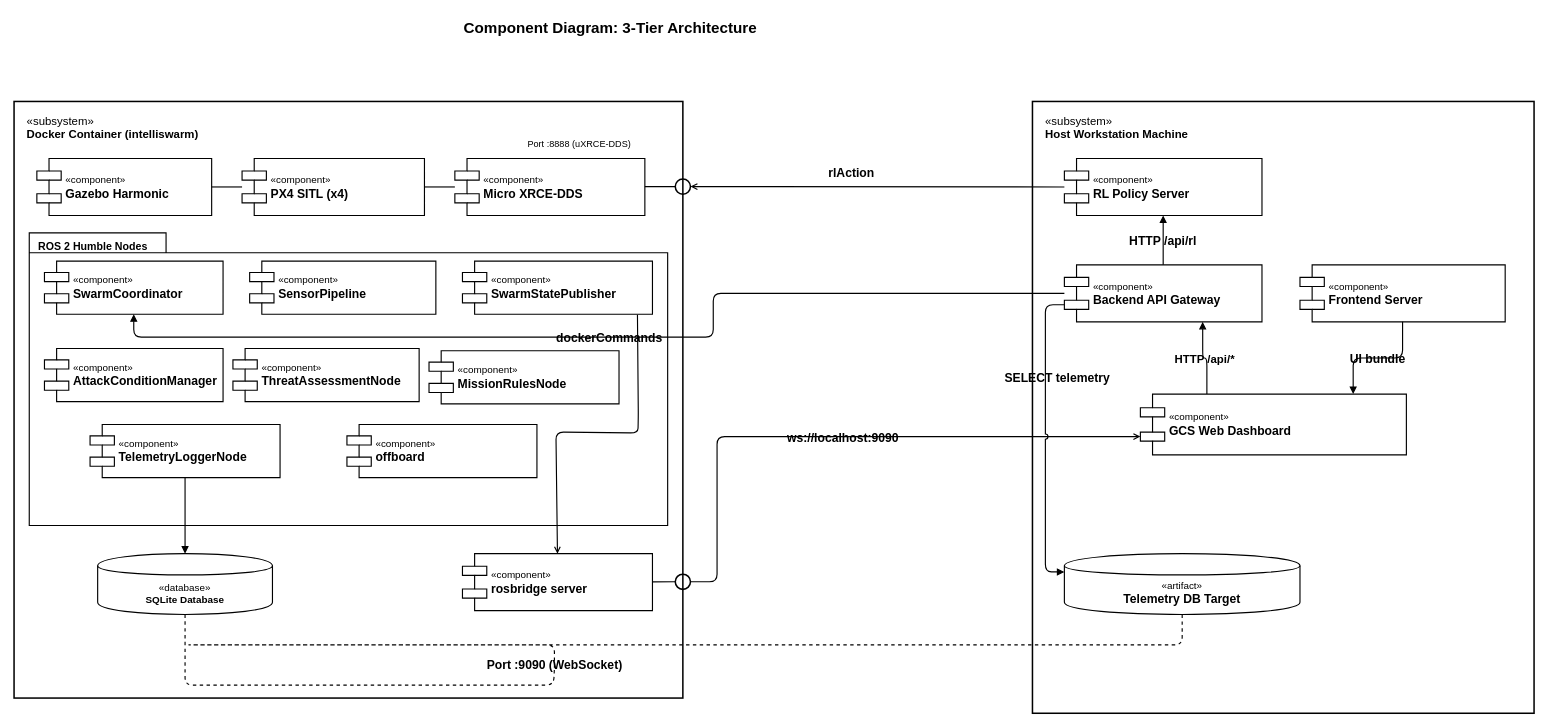
The draw.io diagram 14_component_diagram.drawio in sjd-1214/diagrams, before the edit. Source tidied: cells renumbered, new cells numbered last; positions are measured from the earlier drawing's top-left corner, leaving out a move shared by most shapes. Both pictures are drawn from the tidied source at 76%, with x=0, y=0 at pixel (14, 13).
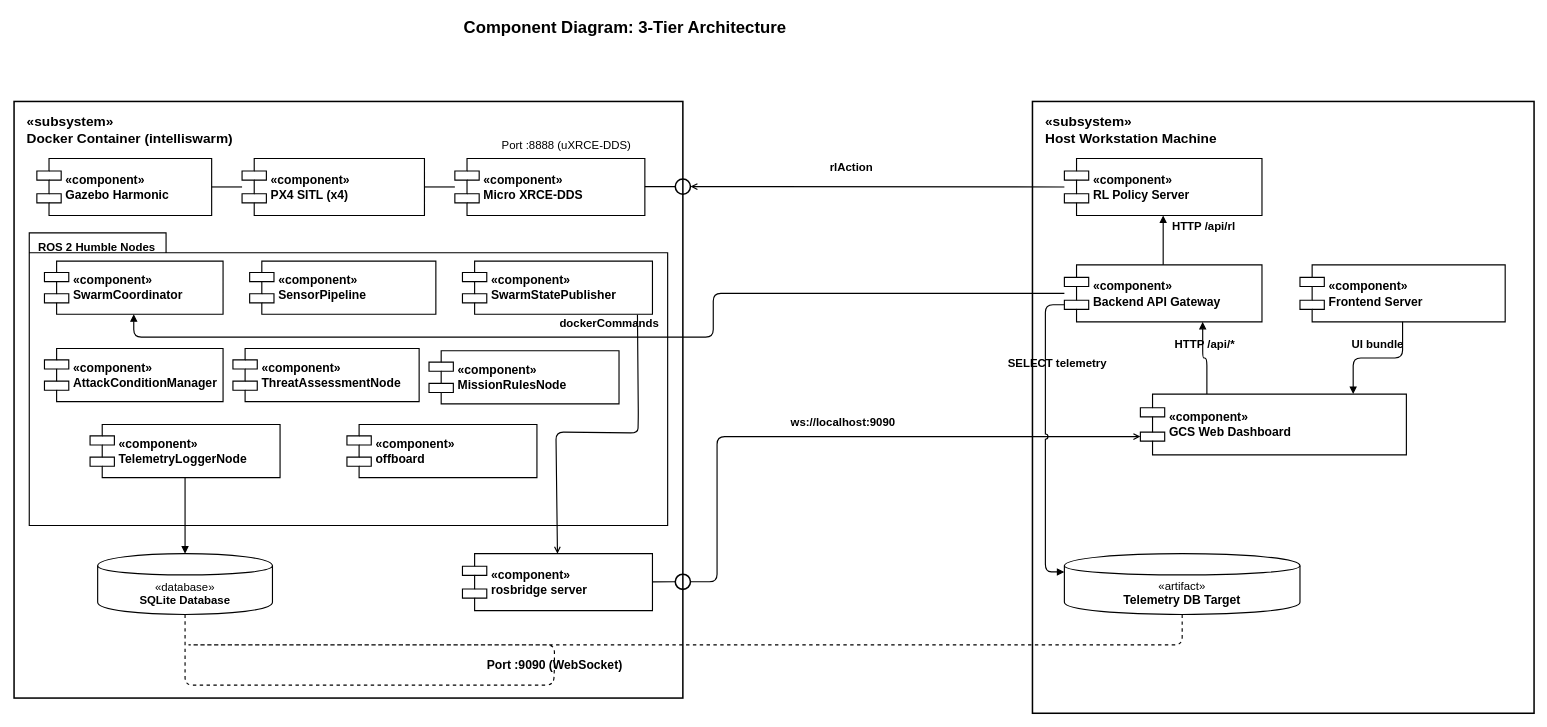
After the change.

Unchanged cells that the change refers to:
```xml
<mxCell id="24" style="shape=ellipse;whiteSpace=wrap;html=1;fillColor=none;strokeColor=#000000;strokeWidth=2;" parent="1" vertex="1">
  <mxGeometry x="870" y="218" width="20" height="20" as="geometry" />
</mxCell>
<mxCell id="26" style="shape=ellipse;whiteSpace=wrap;html=1;fillColor=none;strokeColor=#000000;strokeWidth=2;" parent="1" vertex="1">
  <mxGeometry x="870" y="738" width="20" height="20" as="geometry" />
</mxCell>
```

The edit, as a diff of the source:
```diff
@@
-    <mxCell id="2" value="&lt;b&gt;Component Diagram: 3-Tier Architecture&lt;/b&gt;" style="text;html=1;fontFamily=Helvetica;fontColor=#000000;fontSize=20;fontStyle=1;fillColor=none;" parent="1" vertex="1">
+    <mxCell id="2" value="&lt;b&gt;Component Diagram: 3-Tier Architecture&lt;/b&gt;" style="text;html=1;fontFamily=Helvetica;fontColor=#000000;fontSize=22;fontStyle=1;fillColor=none;" parent="1" vertex="1">
       <mxGeometry x="590" width="705" height="35" as="geometry" />
     </mxCell>
-    <mxCell id="3" value="«subsystem»&lt;br&gt;&lt;b&gt;Docker Container (intelliswarm)&lt;/b&gt;" style="rounded=0;whiteSpace=wrap;html=1;fillColor=none;strokeColor=#000000;strokeWidth=2;align=left;spacingLeft=15;verticalAlign=top;spacingTop=10;fontSize=15;fontFamily=Helvetica;fontColor=#000000;" parent="1" vertex="1">
+    <mxCell id="3" value="«subsystem»&lt;br&gt;&lt;b&gt;Docker Container (intelliswarm)&lt;/b&gt;" style="rounded=0;whiteSpace=wrap;html=1;fillColor=none;strokeColor=#000000;strokeWidth=2;align=left;spacingLeft=15;verticalAlign=top;spacingTop=10;fontSize=18;fontFamily=Helvetica;fontColor=#000000;fontStyle=1;" parent="1" vertex="1">
       <mxGeometry y="116" width="880" height="785" as="geometry" />
     </mxCell>
-    <mxCell id="4" value="«component»&lt;br&gt;&lt;b&gt;&lt;font style=&quot;font-size: 16px;&quot;&gt;Gazebo Harmonic&lt;/font&gt;&lt;/b&gt;" style="shape=component;align=left;spacingLeft=36;html=1;fillColor=none;strokeColor=#000000;strokeWidth=1.5;fontSize=13;fontFamily=Helvetica;fontColor=#000000;" parent="1" vertex="1">
+    <mxCell id="4" value="«component»&lt;br&gt;&lt;b&gt;&lt;font style=&quot;font-size: 16px;&quot;&gt;Gazebo Harmonic&lt;/font&gt;&lt;/b&gt;" style="shape=component;align=left;spacingLeft=36;html=1;fillColor=none;strokeColor=#000000;strokeWidth=1.5;fontSize=16;fontFamily=Helvetica;fontColor=#000000;fontStyle=1;" parent="1" vertex="1">
       <mxGeometry x="30" y="191" width="230" height="75" as="geometry" />
     </mxCell>
-    <mxCell id="5" value="«component»&lt;br&gt;&lt;b&gt;&lt;font style=&quot;font-size: 16px;&quot;&gt;PX4 SITL (x4)&lt;/font&gt;&lt;/b&gt;" style="shape=component;align=left;spacingLeft=36;html=1;fillColor=none;strokeColor=#000000;strokeWidth=1.5;fontSize=13;fontFamily=Helvetica;fontColor=#000000;" parent="1" vertex="1">
+    <mxCell id="5" value="«component»&lt;br&gt;&lt;b&gt;&lt;font style=&quot;font-size: 16px;&quot;&gt;PX4 SITL (x4)&lt;/font&gt;&lt;/b&gt;" style="shape=component;align=left;spacingLeft=36;html=1;fillColor=none;strokeColor=#000000;strokeWidth=1.5;fontSize=16;fontFamily=Helvetica;fontColor=#000000;fontStyle=1;" parent="1" vertex="1">
       <mxGeometry x="300" y="191" width="240" height="75" as="geometry" />
     </mxCell>
-    <mxCell id="6" value="«component»&lt;br&gt;&lt;b&gt;&lt;font style=&quot;font-size: 16px;&quot;&gt;Micro XRCE-DDS&lt;/font&gt;&lt;/b&gt;" style="shape=component;align=left;spacingLeft=36;html=1;fillColor=none;strokeColor=#000000;strokeWidth=1.5;fontSize=13;fontFamily=Helvetica;fontColor=#000000;" parent="1" vertex="1">
+    <mxCell id="6" value="«component»&lt;br&gt;&lt;b&gt;&lt;font style=&quot;font-size: 16px;&quot;&gt;Micro XRCE-DDS&lt;/font&gt;&lt;/b&gt;" style="shape=component;align=left;spacingLeft=36;html=1;fillColor=none;strokeColor=#000000;strokeWidth=1.5;fontSize=16;fontFamily=Helvetica;fontColor=#000000;fontStyle=1;" parent="1" vertex="1">
       <mxGeometry x="580" y="191" width="250" height="75" as="geometry" />
     </mxCell>
-    <mxCell id="7" value="&lt;b&gt;ROS 2 Humble Nodes&lt;/b&gt;" style="shape=folder;fontStyle=1;tabWidth=180;tabHeight=26;tabPosition=left;html=1;whiteSpace=wrap;fillColor=none;strokeColor=#000000;strokeWidth=1.5;align=left;spacingLeft=10;verticalAlign=top;spacingTop=3;fontSize=14;fontFamily=Helvetica;fontColor=#000000;" parent="1" vertex="1">
+    <mxCell id="7" value="&lt;b&gt;ROS 2 Humble Nodes&lt;/b&gt;" style="shape=folder;fontStyle=1;tabWidth=180;tabHeight=26;tabPosition=left;html=1;whiteSpace=wrap;fillColor=none;strokeColor=#000000;strokeWidth=1.5;align=left;spacingLeft=10;verticalAlign=top;spacingTop=3;fontSize=15;fontFamily=Helvetica;fontColor=#000000;" parent="1" vertex="1">
       <mxGeometry x="20" y="289" width="840" height="385" as="geometry" />
     </mxCell>
-    <mxCell id="8" value="«component»&lt;br&gt;&lt;b&gt;&lt;font style=&quot;font-size: 16px;&quot;&gt;SwarmCoordinator&lt;/font&gt;&lt;/b&gt;" style="shape=component;align=left;spacingLeft=36;html=1;fillColor=none;strokeColor=#000000;strokeWidth=1.5;fontSize=13;fontFamily=Helvetica;fontColor=#000000;" parent="1" vertex="1">
+    <mxCell id="8" value="«component»&lt;br&gt;&lt;b&gt;&lt;font style=&quot;font-size: 16px;&quot;&gt;SwarmCoordinator&lt;/font&gt;&lt;/b&gt;" style="shape=component;align=left;spacingLeft=36;html=1;fillColor=none;strokeColor=#000000;strokeWidth=1.5;fontSize=16;fontFamily=Helvetica;fontColor=#000000;fontStyle=1;" parent="1" vertex="1">
       <mxGeometry x="40" y="326" width="235" height="70" as="geometry" />
     </mxCell>
-    <mxCell id="9" value="«component»&lt;br&gt;&lt;b&gt;&lt;font style=&quot;font-size: 16px;&quot;&gt;SensorPipeline&lt;/font&gt;&lt;/b&gt;" style="shape=component;align=left;spacingLeft=36;html=1;fillColor=none;strokeColor=#000000;strokeWidth=1.5;fontSize=13;fontFamily=Helvetica;fontColor=#000000;" parent="1" vertex="1">
+    <mxCell id="9" value="«component»&lt;br&gt;&lt;b&gt;&lt;font style=&quot;font-size: 16px;&quot;&gt;SensorPipeline&lt;/font&gt;&lt;/b&gt;" style="shape=component;align=left;spacingLeft=36;html=1;fillColor=none;strokeColor=#000000;strokeWidth=1.5;fontSize=16;fontFamily=Helvetica;fontColor=#000000;fontStyle=1;" parent="1" vertex="1">
       <mxGeometry x="310" y="326" width="245" height="70" as="geometry" />
     </mxCell>
-    <mxCell id="10" value="«component»&lt;br&gt;&lt;b&gt;&lt;font style=&quot;font-size: 16px;&quot;&gt;SwarmStatePublisher&lt;/font&gt;&lt;/b&gt;" style="shape=component;align=left;spacingLeft=36;html=1;fillColor=none;strokeColor=#000000;strokeWidth=1.5;fontSize=13;fontFamily=Helvetica;fontColor=#000000;" parent="1" vertex="1">
+    <mxCell id="10" value="«component»&lt;br&gt;&lt;b&gt;&lt;font style=&quot;font-size: 16px;&quot;&gt;SwarmStatePublisher&lt;/font&gt;&lt;/b&gt;" style="shape=component;align=left;spacingLeft=36;html=1;fillColor=none;strokeColor=#000000;strokeWidth=1.5;fontSize=16;fontFamily=Helvetica;fontColor=#000000;fontStyle=1;" parent="1" vertex="1">
       <mxGeometry x="590" y="326" width="250" height="70" as="geometry" />
     </mxCell>
-    <mxCell id="11" value="«component»&lt;br&gt;&lt;b&gt;&lt;font style=&quot;font-size: 16px;&quot;&gt;AttackConditionManager&lt;/font&gt;&lt;/b&gt;" style="shape=component;align=left;spacingLeft=36;html=1;fillColor=none;strokeColor=#000000;strokeWidth=1.5;fontSize=13;fontFamily=Helvetica;fontColor=#000000;" parent="1" vertex="1">
+    <mxCell id="11" value="«component»&lt;br&gt;&lt;b&gt;&lt;font style=&quot;font-size: 16px;&quot;&gt;AttackConditionManager&lt;/font&gt;&lt;/b&gt;" style="shape=component;align=left;spacingLeft=36;html=1;fillColor=none;strokeColor=#000000;strokeWidth=1.5;fontSize=16;fontFamily=Helvetica;fontColor=#000000;fontStyle=1;" parent="1" vertex="1">
       <mxGeometry x="40" y="441" width="235" height="70" as="geometry" />
     </mxCell>
-    <mxCell id="12" value="«component»&lt;br&gt;&lt;b&gt;&lt;font style=&quot;font-size: 16px;&quot;&gt;ThreatAssessmentNode&lt;/font&gt;&lt;/b&gt;" style="shape=component;align=left;spacingLeft=36;html=1;fillColor=none;strokeColor=#000000;strokeWidth=1.5;fontSize=13;fontFamily=Helvetica;fontColor=#000000;" parent="1" vertex="1">
+    <mxCell id="12" value="«component»&lt;br&gt;&lt;b&gt;&lt;font style=&quot;font-size: 16px;&quot;&gt;ThreatAssessmentNode&lt;/font&gt;&lt;/b&gt;" style="shape=component;align=left;spacingLeft=36;html=1;fillColor=none;strokeColor=#000000;strokeWidth=1.5;fontSize=16;fontFamily=Helvetica;fontColor=#000000;fontStyle=1;" parent="1" vertex="1">
       <mxGeometry x="288" y="441" width="245" height="70" as="geometry" />
     </mxCell>
-    <mxCell id="13" value="«component»&lt;br&gt;&lt;b&gt;&lt;font style=&quot;font-size: 16px;&quot;&gt;MissionRulesNode&lt;/font&gt;&lt;/b&gt;" style="shape=component;align=left;spacingLeft=36;html=1;fillColor=none;strokeColor=#000000;strokeWidth=1.5;fontSize=13;fontFamily=Helvetica;fontColor=#000000;" parent="1" vertex="1">
+    <mxCell id="13" value="«component»&lt;br&gt;&lt;b&gt;&lt;font style=&quot;font-size: 16px;&quot;&gt;MissionRulesNode&lt;/font&gt;&lt;/b&gt;" style="shape=component;align=left;spacingLeft=36;html=1;fillColor=none;strokeColor=#000000;strokeWidth=1.5;fontSize=16;fontFamily=Helvetica;fontColor=#000000;fontStyle=1;" parent="1" vertex="1">
       <mxGeometry x="546" y="444" width="250" height="70" as="geometry" />
     </mxCell>
-    <mxCell id="14" value="«component»&lt;br&gt;&lt;b&gt;&lt;font style=&quot;font-size: 16px;&quot;&gt;TelemetryLoggerNode&lt;/font&gt;&lt;/b&gt;" style="shape=component;align=left;spacingLeft=36;html=1;fillColor=none;strokeColor=#000000;strokeWidth=1.5;fontSize=13;fontFamily=Helvetica;fontColor=#000000;" parent="1" vertex="1">
+    <mxCell id="14" value="«component»&lt;br&gt;&lt;b&gt;&lt;font style=&quot;font-size: 16px;&quot;&gt;TelemetryLoggerNode&lt;/font&gt;&lt;/b&gt;" style="shape=component;align=left;spacingLeft=36;html=1;fillColor=none;strokeColor=#000000;strokeWidth=1.5;fontSize=16;fontFamily=Helvetica;fontColor=#000000;fontStyle=1;" parent="1" vertex="1">
       <mxGeometry x="100" y="541" width="250" height="70" as="geometry" />
     </mxCell>
-    <mxCell id="15" value="«component»&lt;br&gt;&lt;b&gt;&lt;font style=&quot;font-size: 16px;&quot;&gt;offboard&lt;/font&gt;&lt;/b&gt;" style="shape=component;align=left;spacingLeft=36;html=1;fillColor=none;strokeColor=#000000;strokeWidth=1.5;fontSize=13;fontFamily=Helvetica;fontColor=#000000;" parent="1" vertex="1">
+    <mxCell id="15" value="«component»&lt;br&gt;&lt;b&gt;&lt;font style=&quot;font-size: 16px;&quot;&gt;offboard&lt;/font&gt;&lt;/b&gt;" style="shape=component;align=left;spacingLeft=36;html=1;fillColor=none;strokeColor=#000000;strokeWidth=1.5;fontSize=16;fontFamily=Helvetica;fontColor=#000000;fontStyle=1;" parent="1" vertex="1">
       <mxGeometry x="438" y="541" width="250" height="70" as="geometry" />
     </mxCell>
-    <mxCell id="16" value="«database»&lt;br&gt;&lt;b&gt;SQLite Database&lt;/b&gt;" style="shape=cylinder;whiteSpace=wrap;html=1;boundedLbl=1;backgroundOutline=1;fillColor=none;strokeColor=#000000;strokeWidth=1.5;fontSize=13;fontFamily=Helvetica;fontColor=#000000;" parent="1" vertex="1">
+    <mxCell id="16" value="«database»&lt;br&gt;&lt;b&gt;SQLite Database&lt;/b&gt;" style="shape=cylinder;whiteSpace=wrap;html=1;boundedLbl=1;backgroundOutline=1;fillColor=none;strokeColor=#000000;strokeWidth=1.5;fontSize=15;fontFamily=Helvetica;fontColor=#000000;" parent="1" vertex="1">
       <mxGeometry x="110" y="711" width="230" height="80" as="geometry" />
     </mxCell>
-    <mxCell id="17" value="«component»&lt;br&gt;&lt;b&gt;&lt;font style=&quot;font-size: 16px;&quot;&gt;rosbridge server&lt;/font&gt;&lt;/b&gt;" style="shape=component;align=left;spacingLeft=36;html=1;fillColor=none;strokeColor=#000000;strokeWidth=1.5;fontSize=13;fontFamily=Helvetica;fontColor=#000000;" parent="1" vertex="1">
+    <mxCell id="17" value="«component»&lt;br&gt;&lt;b&gt;&lt;font style=&quot;font-size: 16px;&quot;&gt;rosbridge server&lt;/font&gt;&lt;/b&gt;" style="shape=component;align=left;spacingLeft=36;html=1;fillColor=none;strokeColor=#000000;strokeWidth=1.5;fontSize=16;fontFamily=Helvetica;fontColor=#000000;fontStyle=1;" parent="1" vertex="1">
       <mxGeometry x="590" y="711" width="250" height="75" as="geometry" />
     </mxCell>
-    <mxCell id="18" value="«subsystem»&lt;br&gt;&lt;b&gt;Host Workstation Machine&lt;/b&gt;" style="rounded=0;whiteSpace=wrap;html=1;fillColor=none;strokeColor=#000000;strokeWidth=2;align=left;spacingLeft=15;verticalAlign=top;spacingTop=10;fontSize=15;fontFamily=Helvetica;fontColor=#000000;" parent="1" vertex="1">
+    <mxCell id="18" value="«subsystem»&lt;br&gt;&lt;b&gt;Host Workstation Machine&lt;/b&gt;" style="rounded=0;whiteSpace=wrap;html=1;fillColor=none;strokeColor=#000000;strokeWidth=2;align=left;spacingLeft=15;verticalAlign=top;spacingTop=10;fontSize=18;fontFamily=Helvetica;fontColor=#000000;fontStyle=1;" parent="1" vertex="1">
       <mxGeometry x="1340" y="116" width="660" height="805" as="geometry" />
     </mxCell>
-    <mxCell id="19" value="«component»&lt;br&gt;&lt;b&gt;&lt;font style=&quot;font-size: 16px;&quot;&gt;RL Policy Server&lt;/font&gt;&lt;/b&gt;" style="shape=component;align=left;spacingLeft=36;html=1;fillColor=none;strokeColor=#000000;strokeWidth=1.5;fontSize=13;fontFamily=Helvetica;fontColor=#000000;" parent="1" vertex="1">
+    <mxCell id="19" value="«component»&lt;br&gt;&lt;b&gt;&lt;font style=&quot;font-size: 16px;&quot;&gt;RL Policy Server&lt;/font&gt;&lt;/b&gt;" style="shape=component;align=left;spacingLeft=36;html=1;fillColor=none;strokeColor=#000000;strokeWidth=1.5;fontSize=16;fontFamily=Helvetica;fontColor=#000000;fontStyle=1;" parent="1" vertex="1">
       <mxGeometry x="1382" y="191" width="260" height="75" as="geometry" />
     </mxCell>
-    <mxCell id="20" value="«component»&lt;br&gt;&lt;b&gt;&lt;font style=&quot;font-size: 16px;&quot;&gt;Backend API Gateway&lt;/font&gt;&lt;/b&gt;" style="shape=component;align=left;spacingLeft=36;html=1;fillColor=none;strokeColor=#000000;strokeWidth=1.5;fontSize=13;fontFamily=Helvetica;fontColor=#000000;" parent="1" vertex="1">
+    <mxCell id="20" value="«component»&lt;br&gt;&lt;b&gt;&lt;font style=&quot;font-size: 16px;&quot;&gt;Backend API Gateway&lt;/font&gt;&lt;/b&gt;" style="shape=component;align=left;spacingLeft=36;html=1;fillColor=none;strokeColor=#000000;strokeWidth=1.5;fontSize=16;fontFamily=Helvetica;fontColor=#000000;fontStyle=1;" parent="1" vertex="1">
       <mxGeometry x="1382" y="331" width="260" height="75" as="geometry" />
     </mxCell>
-    <mxCell id="21" value="«component»&lt;br&gt;&lt;b&gt;&lt;font style=&quot;font-size: 16px;&quot;&gt;Frontend Server&lt;/font&gt;&lt;/b&gt;" style="shape=component;align=left;spacingLeft=36;html=1;fillColor=none;strokeColor=#000000;strokeWidth=1.5;fontSize=13;fontFamily=Helvetica;fontColor=#000000;" parent="1" vertex="1">
+    <mxCell id="21" value="«component»&lt;br&gt;&lt;b&gt;&lt;font style=&quot;font-size: 16px;&quot;&gt;Frontend Server&lt;/font&gt;&lt;/b&gt;" style="shape=component;align=left;spacingLeft=36;html=1;fillColor=none;strokeColor=#000000;strokeWidth=1.5;fontSize=16;fontFamily=Helvetica;fontColor=#000000;fontStyle=1;" parent="1" vertex="1">
       <mxGeometry x="1692" y="331" width="270" height="75" as="geometry" />
     </mxCell>
-    <mxCell id="22" value="«component»&lt;br&gt;&lt;b&gt;&lt;font style=&quot;font-size: 16px;&quot;&gt;GCS Web Dashboard&lt;/font&gt;&lt;/b&gt;" style="shape=component;align=left;spacingLeft=36;html=1;fillColor=none;strokeColor=#000000;strokeWidth=1.5;fontSize=13;fontFamily=Helvetica;fontColor=#000000;" parent="1" vertex="1">
+    <mxCell id="22" value="«component»&lt;br&gt;&lt;b&gt;&lt;font style=&quot;font-size: 16px;&quot;&gt;GCS Web Dashboard&lt;/font&gt;&lt;/b&gt;" style="shape=component;align=left;spacingLeft=36;html=1;fillColor=none;strokeColor=#000000;strokeWidth=1.5;fontSize=16;fontFamily=Helvetica;fontColor=#000000;fontStyle=1;" parent="1" vertex="1">
       <mxGeometry x="1482" y="501" width="350" height="80" as="geometry" />
     </mxCell>
-    <mxCell id="23" value="«artifact»&lt;br&gt;&lt;b&gt;&lt;font style=&quot;font-size: 16px;&quot;&gt;Telemetry DB Target&lt;/font&gt;&lt;/b&gt;" style="shape=cylinder;whiteSpace=wrap;html=1;boundedLbl=1;backgroundOutline=1;fillColor=none;strokeColor=#000000;strokeWidth=1.5;fontSize=13;fontFamily=Helvetica;fontColor=#000000;" parent="1" vertex="1">
+    <mxCell id="23" value="«artifact»&lt;br&gt;&lt;b&gt;&lt;font style=&quot;font-size: 16px;&quot;&gt;Telemetry DB Target&lt;/font&gt;&lt;/b&gt;" style="shape=cylinder;whiteSpace=wrap;html=1;boundedLbl=1;backgroundOutline=1;fillColor=none;strokeColor=#000000;strokeWidth=1.5;fontSize=15;fontFamily=Helvetica;fontColor=#000000;" parent="1" vertex="1">
       <mxGeometry x="1382" y="711" width="310" height="80" as="geometry" />
     </mxCell>
@@
-    <mxCell id="25" value="Port :8888 (uXRCE-DDS)" style="text;html=1;fontSize=12;fontFamily=Helvetica;fontColor=#000000;align=right;fillColor=none;" parent="1" vertex="1">
+    <mxCell id="25" value="Port :8888 (uXRCE-DDS)" style="text;html=1;fontSize=15;fontFamily=Helvetica;fontColor=#000000;align=right;fillColor=none;" parent="1" vertex="1">
       <mxGeometry x="603" y="158" width="210" height="20" as="geometry" />
     </mxCell>
@@
-    <mxCell id="33" value="rlAction" style="endArrow=open;strokeColor=#000000;strokeWidth=1.5;fontSize=16;fontFamily=Helvetica;fontColor=#000000;exitX=0;exitY=0.5;entryX=1;entryY=0.5;labelBackgroundColor=none;verticalAlign=bottom;fontStyle=1;" parent="1" edge="1" source="19" target="24">
+    <mxCell id="33" value="rlAction" style="endArrow=open;strokeColor=#000000;strokeWidth=1.5;fontSize=15;fontFamily=Helvetica;fontColor=#000000;exitX=0;exitY=0.5;entryX=1;entryY=0.5;labelBackgroundColor=none;verticalAlign=bottom;fontStyle=1;spacingBottom=8;spacingLeft=10;spacingRight=10;" parent="1" edge="1" source="19" target="24">
       <mxGeometry x="0.14" y="-7" relative="1" as="geometry" />
     </mxCell>
-    <mxCell id="34" value="dockerCommands" style="edgeStyle=orthogonalEdgeStyle;rounded=1;endArrow=block;strokeColor=#000000;strokeWidth=1.5;fontSize=16;fontFamily=Helvetica;fontColor=#000000;exitX=0;exitY=0.5;entryX=0.5;entryY=1;labelBackgroundColor=none;fontStyle=1;" parent="1" edge="1" source="20" target="8">
+    <mxCell id="34" value="dockerCommands" style="edgeStyle=orthogonalEdgeStyle;rounded=1;endArrow=block;strokeColor=#000000;strokeWidth=1.5;fontSize=15;fontFamily=Helvetica;fontColor=#000000;exitX=0;exitY=0.5;entryX=0.5;entryY=1;labelBackgroundColor=none;fontStyle=1;verticalAlign=bottom;spacingBottom=8;spacingLeft=10;spacingRight=10;" parent="1" edge="1" source="20" target="8">
       <mxGeometry relative="1" as="geometry">
         <Array as="points">
           <mxPoint x="920" y="368" />
           <mxPoint x="920" y="426" />
           <mxPoint x="158" y="426" />
         </Array>
       </mxGeometry>
     </mxCell>
-    <mxCell id="35" value="ws://localhost:9090" style="edgeStyle=orthogonalEdgeStyle;rounded=1;endArrow=open;strokeColor=#000000;strokeWidth=1.5;fontSize=16;fontFamily=Helvetica;fontColor=#000000;exitX=1;exitY=0.5;entryX=0;entryY=0.7;labelBackgroundColor=none;fontStyle=1;jumpStyle=arc;jumpSize=6;" parent="1" edge="1" source="26" target="22">
+    <mxCell id="35" value="ws://localhost:9090" style="edgeStyle=orthogonalEdgeStyle;rounded=1;endArrow=open;strokeColor=#000000;strokeWidth=1.5;fontSize=15;fontFamily=Helvetica;fontColor=#000000;exitX=1;exitY=0.5;entryX=0;entryY=0.7;labelBackgroundColor=none;fontStyle=1;jumpStyle=arc;jumpSize=6;verticalAlign=bottom;spacingBottom=8;spacingLeft=10;spacingRight=10;" parent="1" edge="1" source="26" target="22">
       <mxGeometry relative="1" as="geometry">
         <Array as="points">
           <mxPoint x="925" y="748" />
           <mxPoint x="925" y="557" />
         </Array>
       </mxGeometry>
     </mxCell>
@@
-    <mxCell id="37" value="HTTP /api/rl" style="endArrow=block;strokeColor=#000000;strokeWidth=1.5;fontSize=16;fontFamily=Helvetica;fontColor=#000000;exitX=0.5;exitY=0;entryX=0.5;entryY=1;labelBackgroundColor=none;fontStyle=1;" parent="1" edge="1" source="20" target="19">
+    <mxCell id="37" value="HTTP /api/rl" style="endArrow=block;strokeColor=#000000;strokeWidth=1.5;fontSize=15;fontFamily=Helvetica;fontColor=#000000;exitX=0.5;exitY=0;entryX=0.5;entryY=1;labelBackgroundColor=none;fontStyle=1;align=left;labelPosition=right;spacingLeft=10;verticalAlign=bottom;spacingBottom=8;spacingRight=10;" parent="1" edge="1" source="20" target="19">
       <mxGeometry relative="1" as="geometry" />
     </mxCell>
-    <mxCell id="38" value="UI bundle" style="edgeStyle=orthogonalEdgeStyle;rounded=1;endArrow=block;strokeColor=#000000;strokeWidth=1.5;fontSize=16;fontFamily=Helvetica;fontColor=#000000;exitX=0.5;exitY=1;entryX=0.8;entryY=0;labelBackgroundColor=none;fontStyle=1;" parent="1" edge="1" source="21" target="22">
+    <mxCell id="38" value="UI bundle" style="edgeStyle=orthogonalEdgeStyle;rounded=1;endArrow=block;strokeColor=#000000;strokeWidth=1.5;fontSize=15;fontFamily=Helvetica;fontColor=#000000;exitX=0.5;exitY=1;entryX=0.8;entryY=0;labelBackgroundColor=none;fontStyle=1;verticalAlign=bottom;spacingBottom=8;spacingLeft=10;spacingRight=10;" parent="1" edge="1" source="21" target="22">
       <mxGeometry relative="1" as="geometry" />
     </mxCell>
-    <mxCell id="39" value="HTTP /api/*" style="edgeStyle=orthogonalEdgeStyle;rounded=1;endArrow=block;strokeColor=#000000;strokeWidth=1.5;fontSize=15;fontFamily=Helvetica;fontColor=#000000;exitX=0.25;exitY=0;entryX=0.7;entryY=1;labelBackgroundColor=none;fontStyle=1;" parent="1" edge="1" source="22" target="20">
+    <mxCell id="39" value="HTTP /api/*" style="edgeStyle=orthogonalEdgeStyle;rounded=1;endArrow=block;strokeColor=#000000;strokeWidth=1.5;fontSize=15;fontFamily=Helvetica;fontColor=#000000;exitX=0.25;exitY=0;entryX=0.7;entryY=1;labelBackgroundColor=none;fontStyle=1;verticalAlign=bottom;spacingBottom=8;spacingLeft=10;spacingRight=10;" parent="1" edge="1" source="22" target="20">
       <mxGeometry relative="1" as="geometry" />
     </mxCell>
-    <mxCell id="40" value="SELECT telemetry" style="edgeStyle=orthogonalEdgeStyle;rounded=1;endArrow=block;strokeColor=#000000;strokeWidth=1.5;fontSize=16;fontFamily=Helvetica;fontColor=#000000;exitX=0;exitY=0.7;entryX=0;entryY=0.3;labelBackgroundColor=none;fontStyle=1;jumpStyle=arc;jumpSize=6;" parent="1" edge="1" source="20" target="23">
+    <mxCell id="40" value="SELECT telemetry" style="edgeStyle=orthogonalEdgeStyle;rounded=1;endArrow=block;strokeColor=#000000;strokeWidth=1.5;fontSize=15;fontFamily=Helvetica;fontColor=#000000;exitX=0;exitY=0.7;entryX=0;entryY=0.3;labelBackgroundColor=none;fontStyle=1;jumpStyle=arc;jumpSize=6;verticalAlign=bottom;spacingBottom=8;spacingLeft=10;spacingRight=10;" parent="1" edge="1" source="20" target="23">
       <mxGeometry x="-0.4" y="16" relative="1" as="geometry">
         <Array as="points">
           <mxPoint x="1357" y="383" />
           <mxPoint x="1357" y="735" />
         </Array>
       </mxGeometry>
     </mxCell>
```
